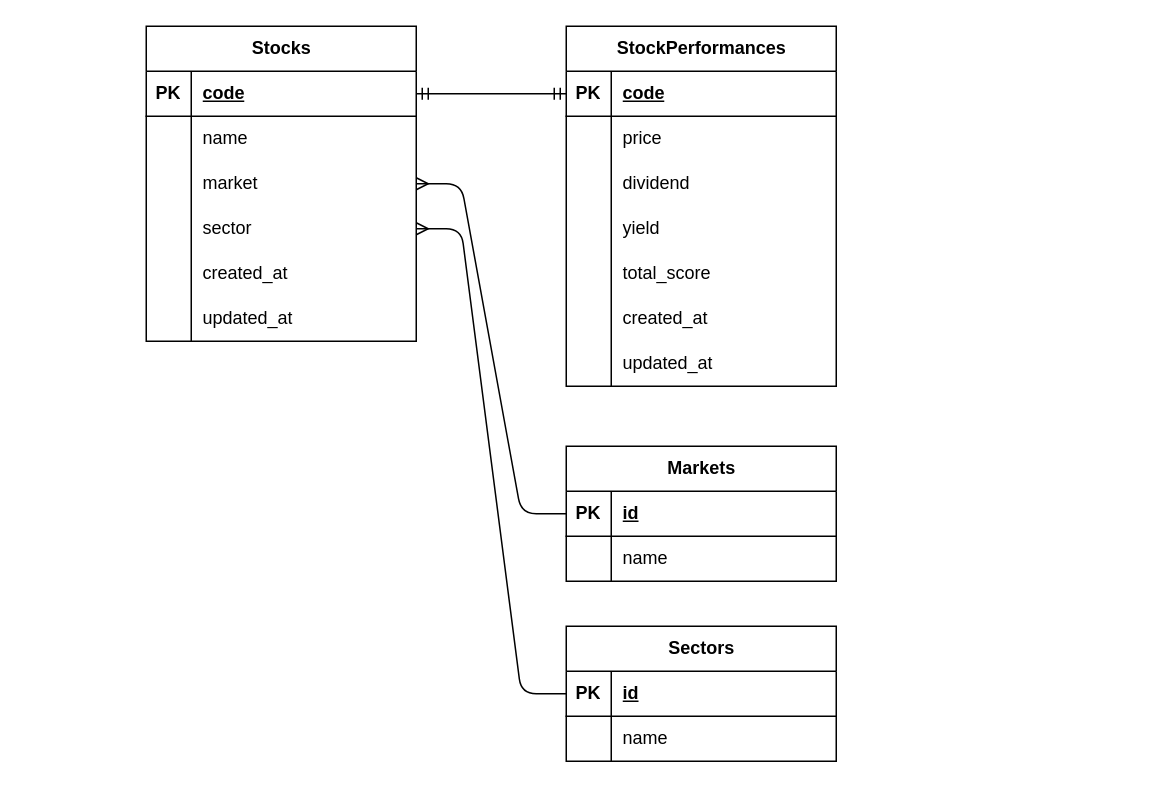
This is drawio/er.drawio from Tanabe-Yumi/income_biyori, a draw.io file, before an edit. Source tidied: cells renumbered, new cells numbered last; positions are measured from the earlier drawing's top-left corner, leaving out a move shared by most shapes. Both pictures are drawn from the tidied source at 150%, with x=0, y=0 at pixel (146, 26).
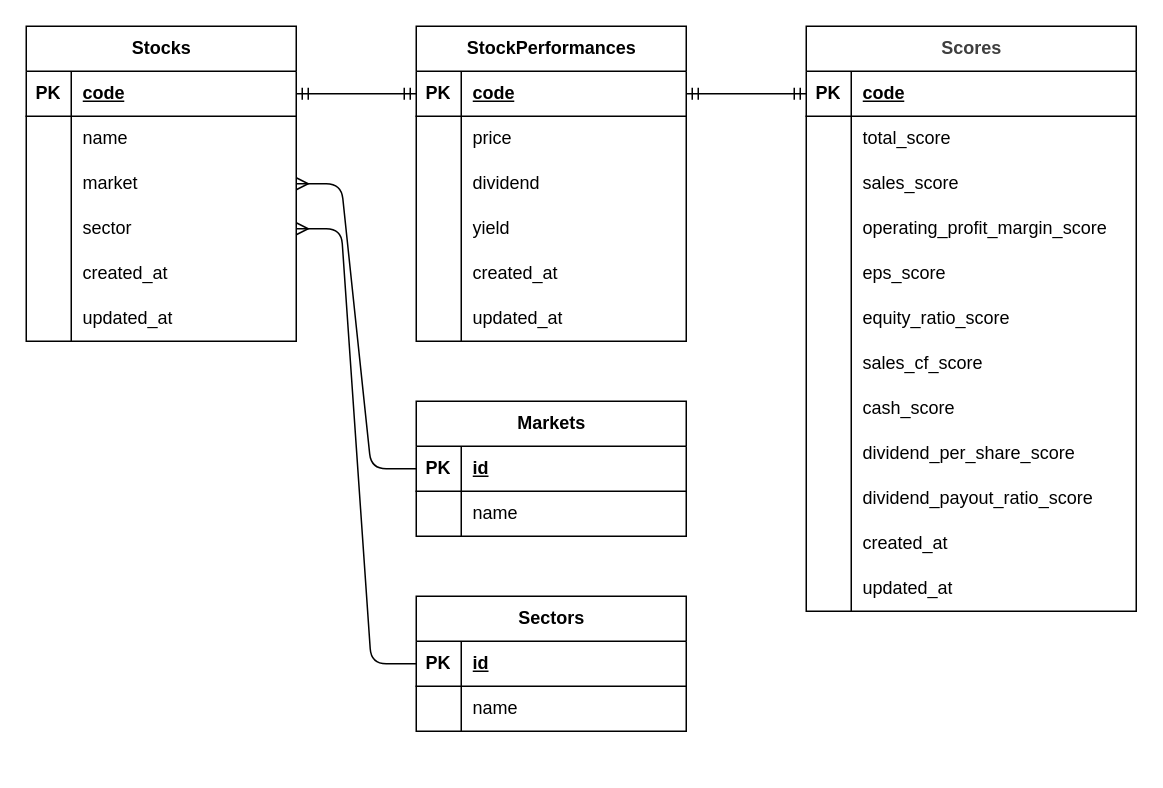
Above is the later version.

The change refers to these unchanged cells:
```xml
<mxCell id="36" style="shape=tableRow;horizontal=0;startSize=0;swimlaneHead=0;swimlaneBody=0;fillColor=none;points=[[0,0.5],[1,0.5]];portConstraint=eastwest;top=0;left=0;right=0;bottom=1;" parent="35" vertex="1">
  <mxGeometry y="30" width="180" height="30" as="geometry" />
</mxCell>
```

The edit, as a diff of the source:
```diff
@@
     <mxCell id="2" value="Stocks" style="shape=table;startSize=30;childLayout=tableLayout;rowLines=0;fontStyle=1;align=center;html=1;" parent="1" vertex="1">
-      <mxGeometry width="180" height="210" as="geometry" />
+      <mxGeometry x="-80" width="180" height="210" as="geometry" />
     </mxCell>
@@
     <mxCell id="21" value="Markets" style="shape=table;startSize=30;childLayout=tableLayout;rowLines=0;fontStyle=1;align=center;html=1;" parent="1" vertex="1">
-      <mxGeometry x="280" y="280" width="180" height="90" as="geometry" />
+      <mxGeometry x="180" y="250" width="180" height="90" as="geometry" />
     </mxCell>
@@
     <mxCell id="28" value="Sectors" style="shape=table;startSize=30;childLayout=tableLayout;rowLines=0;fontStyle=1;align=center;html=1;" parent="1" vertex="1">
-      <mxGeometry x="280" y="400" width="180" height="90" as="geometry" />
+      <mxGeometry x="180" y="380" width="180" height="90" as="geometry" />
     </mxCell>
@@
     <mxCell id="35" value="StockPerformances" style="shape=table;startSize=30;childLayout=tableLayout;rowLines=0;fontStyle=1;align=center;html=1;" parent="1" vertex="1">
-      <mxGeometry x="280" width="180" height="240" as="geometry" />
+      <mxGeometry x="180" width="180" height="210" as="geometry" />
     </mxCell>
@@
-    <mxCell id="48" style="shape=tableRow;horizontal=0;startSize=0;swimlaneHead=0;swimlaneBody=0;fillColor=none;top=0;left=0;right=0;bottom=0;" parent="35" vertex="1">
-      <mxGeometry y="150" width="180" height="30" as="geometry" />
-    </mxCell>
-    <mxCell id="49" style="shape=partialRectangle;fillColor=none;top=0;left=0;bottom=0;right=0;overflow=hidden;whiteSpace=wrap;html=1;" parent="48" vertex="1">
-      <mxGeometry width="30" height="30" as="geometry" />
-    </mxCell>
-    <mxCell id="50" value="total_score" style="shape=partialRectangle;fillColor=none;top=0;left=0;bottom=0;right=0;align=left;spacingLeft=6;overflow=hidden;whiteSpace=wrap;html=1;" parent="48" vertex="1">
-      <mxGeometry x="30" width="150" height="30" as="geometry" />
-    </mxCell>
     <mxCell id="51" style="shape=tableRow;horizontal=0;startSize=0;swimlaneHead=0;swimlaneBody=0;fillColor=none;top=0;left=0;right=0;bottom=0;" parent="35" vertex="1">
-      <mxGeometry y="180" width="180" height="30" as="geometry" />
+      <mxGeometry y="150" width="180" height="30" as="geometry" />
     </mxCell>
@@
     <mxCell id="54" style="shape=tableRow;horizontal=0;startSize=0;swimlaneHead=0;swimlaneBody=0;fillColor=none;top=0;left=0;right=0;bottom=0;" parent="35" vertex="1">
-      <mxGeometry y="210" width="180" height="30" as="geometry" />
+      <mxGeometry y="180" width="180" height="30" as="geometry" />
     </mxCell>
@@
+    <mxCell id="60" value="&lt;span style=&quot;color: rgb(63, 63, 63); background-color: transparent;&quot;&gt;Scores&lt;/span&gt;" style="shape=table;startSize=30;childLayout=tableLayout;rowLines=0;fontStyle=1;align=center;html=1;" parent="1" vertex="1">
+      <mxGeometry x="440" width="220" height="390" as="geometry" />
+    </mxCell>
+    <mxCell id="61" style="shape=tableRow;horizontal=0;startSize=0;swimlaneHead=0;swimlaneBody=0;fillColor=none;points=[[0,0.5],[1,0.5]];portConstraint=eastwest;top=0;left=0;right=0;bottom=1;" parent="60" vertex="1">
+      <mxGeometry y="30" width="220" height="30" as="geometry" />
+    </mxCell>
+    <mxCell id="62" value="PK" style="shape=partialRectangle;fillColor=none;top=0;left=0;bottom=0;right=0;fontStyle=1;overflow=hidden;whiteSpace=wrap;html=1;" parent="61" vertex="1">
+      <mxGeometry width="30" height="30" as="geometry" />
+    </mxCell>
+    <mxCell id="63" value="code" style="shape=partialRectangle;fillColor=none;top=0;left=0;bottom=0;right=0;align=left;spacingLeft=6;fontStyle=5;overflow=hidden;whiteSpace=wrap;html=1;" parent="61" vertex="1">
+      <mxGeometry x="30" width="190" height="30" as="geometry" />
+    </mxCell>
+    <mxCell id="64" style="shape=tableRow;horizontal=0;startSize=0;swimlaneHead=0;swimlaneBody=0;fillColor=none;top=0;left=0;right=0;bottom=0;" parent="60" vertex="1">
+      <mxGeometry y="60" width="220" height="30" as="geometry" />
+    </mxCell>
+    <mxCell id="65" style="shape=partialRectangle;fillColor=none;top=0;left=0;bottom=0;right=0;overflow=hidden;whiteSpace=wrap;html=1;" parent="64" vertex="1">
+      <mxGeometry width="30" height="30" as="geometry" />
+    </mxCell>
+    <mxCell id="50" value="total_score" style="shape=partialRectangle;fillColor=none;top=0;left=0;bottom=0;right=0;align=left;spacingLeft=6;overflow=hidden;whiteSpace=wrap;html=1;" parent="64" vertex="1">
+      <mxGeometry x="30" width="190" height="30" as="geometry" />
+    </mxCell>
+    <mxCell id="66" style="shape=tableRow;horizontal=0;startSize=0;swimlaneHead=0;swimlaneBody=0;fillColor=none;top=0;left=0;right=0;bottom=0;" parent="60" vertex="1">
+      <mxGeometry y="90" width="220" height="30" as="geometry" />
+    </mxCell>
+    <mxCell id="67" style="shape=partialRectangle;fillColor=none;top=0;left=0;bottom=0;right=0;overflow=hidden;whiteSpace=wrap;html=1;" parent="66" vertex="1">
+      <mxGeometry width="30" height="30" as="geometry" />
+    </mxCell>
+    <mxCell id="68" value="sales_score" style="shape=partialRectangle;fillColor=none;top=0;left=0;bottom=0;right=0;align=left;spacingLeft=6;overflow=hidden;whiteSpace=wrap;html=1;" parent="66" vertex="1">
+      <mxGeometry x="30" width="190" height="30" as="geometry" />
+    </mxCell>
+    <mxCell id="69" style="shape=tableRow;horizontal=0;startSize=0;swimlaneHead=0;swimlaneBody=0;fillColor=none;top=0;left=0;right=0;bottom=0;" parent="60" vertex="1">
+      <mxGeometry y="120" width="220" height="30" as="geometry" />
+    </mxCell>
+    <mxCell id="70" style="shape=partialRectangle;fillColor=none;top=0;left=0;bottom=0;right=0;overflow=hidden;whiteSpace=wrap;html=1;" parent="69" vertex="1">
+      <mxGeometry width="30" height="30" as="geometry" />
+    </mxCell>
+    <mxCell id="71" value="operating_profit_margin_score" style="shape=partialRectangle;fillColor=none;top=0;left=0;bottom=0;right=0;align=left;spacingLeft=6;overflow=hidden;whiteSpace=wrap;html=1;" parent="69" vertex="1">
+      <mxGeometry x="30" width="190" height="30" as="geometry" />
+    </mxCell>
+    <mxCell id="72" style="shape=tableRow;horizontal=0;startSize=0;swimlaneHead=0;swimlaneBody=0;fillColor=none;top=0;left=0;right=0;bottom=0;" parent="60" vertex="1">
+      <mxGeometry y="150" width="220" height="30" as="geometry" />
+    </mxCell>
+    <mxCell id="73" style="shape=partialRectangle;fillColor=none;top=0;left=0;bottom=0;right=0;overflow=hidden;whiteSpace=wrap;html=1;" parent="72" vertex="1">
+      <mxGeometry width="30" height="30" as="geometry" />
+    </mxCell>
+    <mxCell id="74" value="eps_score" style="shape=partialRectangle;fillColor=none;top=0;left=0;bottom=0;right=0;align=left;spacingLeft=6;overflow=hidden;whiteSpace=wrap;html=1;" parent="72" vertex="1">
+      <mxGeometry x="30" width="190" height="30" as="geometry" />
+    </mxCell>
+    <mxCell id="75" style="shape=tableRow;horizontal=0;startSize=0;swimlaneHead=0;swimlaneBody=0;fillColor=none;top=0;left=0;right=0;bottom=0;" parent="60" vertex="1">
+      <mxGeometry y="180" width="220" height="30" as="geometry" />
+    </mxCell>
+    <mxCell id="76" style="shape=partialRectangle;fillColor=none;top=0;left=0;bottom=0;right=0;overflow=hidden;whiteSpace=wrap;html=1;" parent="75" vertex="1">
+      <mxGeometry width="30" height="30" as="geometry" />
+    </mxCell>
+    <mxCell id="77" value="equity_ratio_score" style="shape=partialRectangle;fillColor=none;top=0;left=0;bottom=0;right=0;align=left;spacingLeft=6;overflow=hidden;whiteSpace=wrap;html=1;" parent="75" vertex="1">
+      <mxGeometry x="30" width="190" height="30" as="geometry" />
+    </mxCell>
+    <mxCell id="78" style="shape=tableRow;horizontal=0;startSize=0;swimlaneHead=0;swimlaneBody=0;fillColor=none;top=0;left=0;right=0;bottom=0;" parent="60" vertex="1">
+      <mxGeometry y="210" width="220" height="30" as="geometry" />
+    </mxCell>
+    <mxCell id="79" style="shape=partialRectangle;fillColor=none;top=0;left=0;bottom=0;right=0;overflow=hidden;whiteSpace=wrap;html=1;" parent="78" vertex="1">
+      <mxGeometry width="30" height="30" as="geometry" />
+    </mxCell>
+    <mxCell id="80" value="sales_cf_score" style="shape=partialRectangle;fillColor=none;top=0;left=0;bottom=0;right=0;align=left;spacingLeft=6;overflow=hidden;whiteSpace=wrap;html=1;" parent="78" vertex="1">
+      <mxGeometry x="30" width="190" height="30" as="geometry" />
+    </mxCell>
+    <mxCell id="81" style="shape=tableRow;horizontal=0;startSize=0;swimlaneHead=0;swimlaneBody=0;fillColor=none;top=0;left=0;right=0;bottom=0;" parent="60" vertex="1">
+      <mxGeometry y="240" width="220" height="30" as="geometry" />
+    </mxCell>
+    <mxCell id="82" style="shape=partialRectangle;fillColor=none;top=0;left=0;bottom=0;right=0;overflow=hidden;whiteSpace=wrap;html=1;" parent="81" vertex="1">
+      <mxGeometry width="30" height="30" as="geometry" />
+    </mxCell>
+    <mxCell id="83" value="cash_score" style="shape=partialRectangle;fillColor=none;top=0;left=0;bottom=0;right=0;align=left;spacingLeft=6;overflow=hidden;whiteSpace=wrap;html=1;" parent="81" vertex="1">
+      <mxGeometry x="30" width="190" height="30" as="geometry" />
+    </mxCell>
+    <mxCell id="84" style="shape=tableRow;horizontal=0;startSize=0;swimlaneHead=0;swimlaneBody=0;fillColor=none;top=0;left=0;right=0;bottom=0;" parent="60" vertex="1">
+      <mxGeometry y="270" width="220" height="30" as="geometry" />
+    </mxCell>
+    <mxCell id="85" style="shape=partialRectangle;fillColor=none;top=0;left=0;bottom=0;right=0;overflow=hidden;whiteSpace=wrap;html=1;" parent="84" vertex="1">
+      <mxGeometry width="30" height="30" as="geometry" />
+    </mxCell>
+    <mxCell id="86" value="dividend_per_share_score" style="shape=partialRectangle;fillColor=none;top=0;left=0;bottom=0;right=0;align=left;spacingLeft=6;overflow=hidden;whiteSpace=wrap;html=1;" parent="84" vertex="1">
+      <mxGeometry x="30" width="190" height="30" as="geometry" />
+    </mxCell>
+    <mxCell id="87" style="shape=tableRow;horizontal=0;startSize=0;swimlaneHead=0;swimlaneBody=0;fillColor=none;top=0;left=0;right=0;bottom=0;" parent="60" vertex="1">
+      <mxGeometry y="300" width="220" height="30" as="geometry" />
+    </mxCell>
+    <mxCell id="88" style="shape=partialRectangle;fillColor=none;top=0;left=0;bottom=0;right=0;overflow=hidden;whiteSpace=wrap;html=1;" parent="87" vertex="1">
+      <mxGeometry width="30" height="30" as="geometry" />
+    </mxCell>
+    <mxCell id="89" value="dividend_payout_ratio_score" style="shape=partialRectangle;fillColor=none;top=0;left=0;bottom=0;right=0;align=left;spacingLeft=6;overflow=hidden;whiteSpace=wrap;html=1;" parent="87" vertex="1">
+      <mxGeometry x="30" width="190" height="30" as="geometry" />
+    </mxCell>
+    <mxCell id="90" style="shape=tableRow;horizontal=0;startSize=0;swimlaneHead=0;swimlaneBody=0;fillColor=none;top=0;left=0;right=0;bottom=0;" parent="60" vertex="1">
+      <mxGeometry y="330" width="220" height="30" as="geometry" />
+    </mxCell>
+    <mxCell id="91" style="shape=partialRectangle;fillColor=none;top=0;left=0;bottom=0;right=0;overflow=hidden;whiteSpace=wrap;html=1;" parent="90" vertex="1">
+      <mxGeometry width="30" height="30" as="geometry" />
+    </mxCell>
+    <mxCell id="92" value="created_at" style="shape=partialRectangle;fillColor=none;top=0;left=0;bottom=0;right=0;align=left;spacingLeft=6;overflow=hidden;whiteSpace=wrap;html=1;" parent="90" vertex="1">
+      <mxGeometry x="30" width="190" height="30" as="geometry" />
+    </mxCell>
+    <mxCell id="93" style="shape=tableRow;horizontal=0;startSize=0;swimlaneHead=0;swimlaneBody=0;fillColor=none;top=0;left=0;right=0;bottom=0;" parent="60" vertex="1">
+      <mxGeometry y="360" width="220" height="30" as="geometry" />
+    </mxCell>
+    <mxCell id="94" style="shape=partialRectangle;fillColor=none;top=0;left=0;bottom=0;right=0;overflow=hidden;whiteSpace=wrap;html=1;" parent="93" vertex="1">
+      <mxGeometry width="30" height="30" as="geometry" />
+    </mxCell>
+    <mxCell id="95" value="updated_at" style="shape=partialRectangle;fillColor=none;top=0;left=0;bottom=0;right=0;align=left;spacingLeft=6;overflow=hidden;whiteSpace=wrap;html=1;" parent="93" vertex="1">
+      <mxGeometry x="30" width="190" height="30" as="geometry" />
+    </mxCell>
+    <mxCell id="96" style="edgeStyle=entityRelationEdgeStyle;fontSize=12;html=1;endArrow=ERmandOne;startArrow=ERmandOne;entryX=0;entryY=0.5;entryDx=0;entryDy=0;exitX=1;exitY=0.5;exitDx=0;exitDy=0;" parent="1" edge="1" source="36" target="61">
+      <mxGeometry relative="1" as="geometry" />
+    </mxCell>
```
